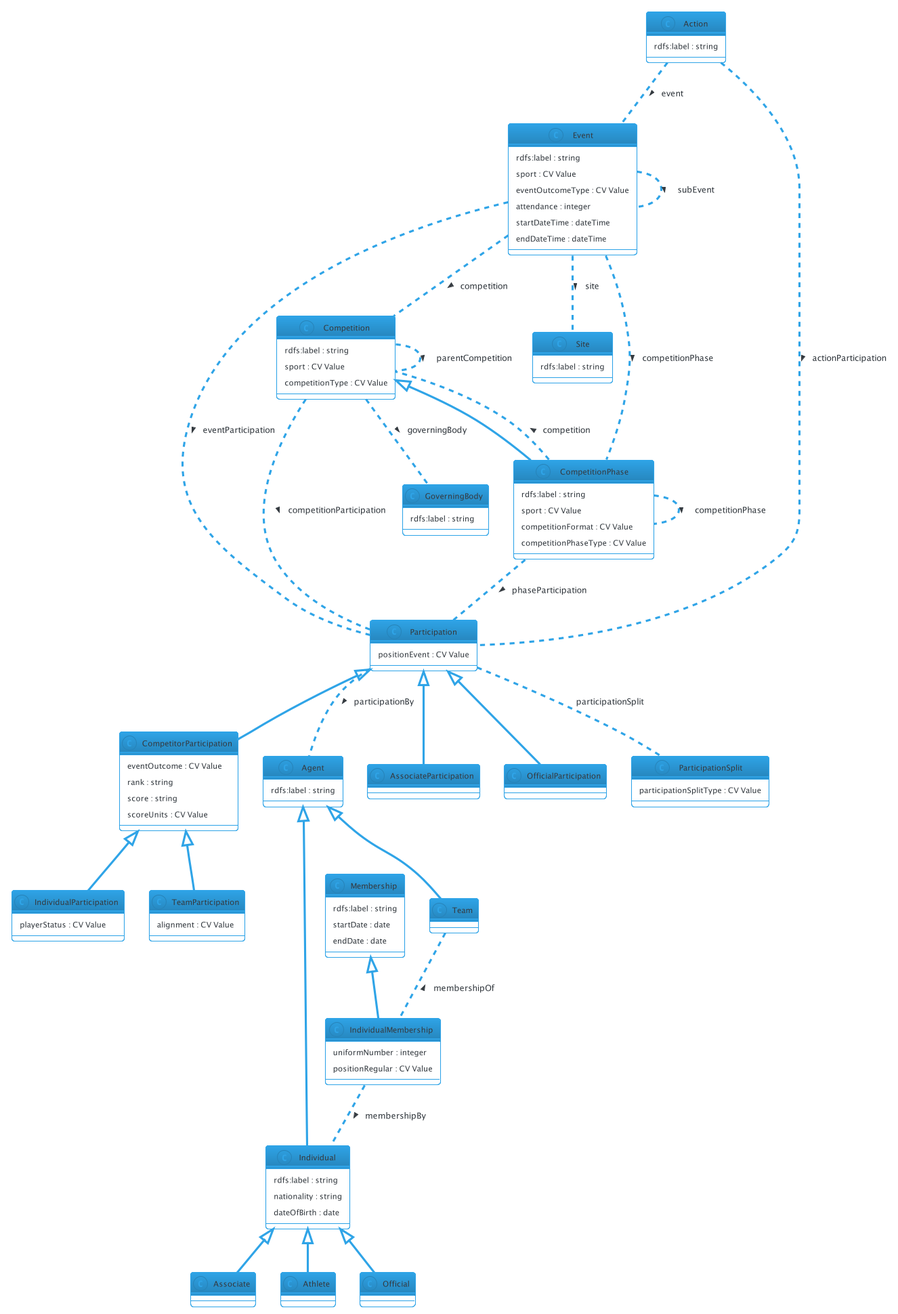
Earlier version of the PlantUML export docs/diagrams/iptc-sport-model.png (iptc/sport-schema).
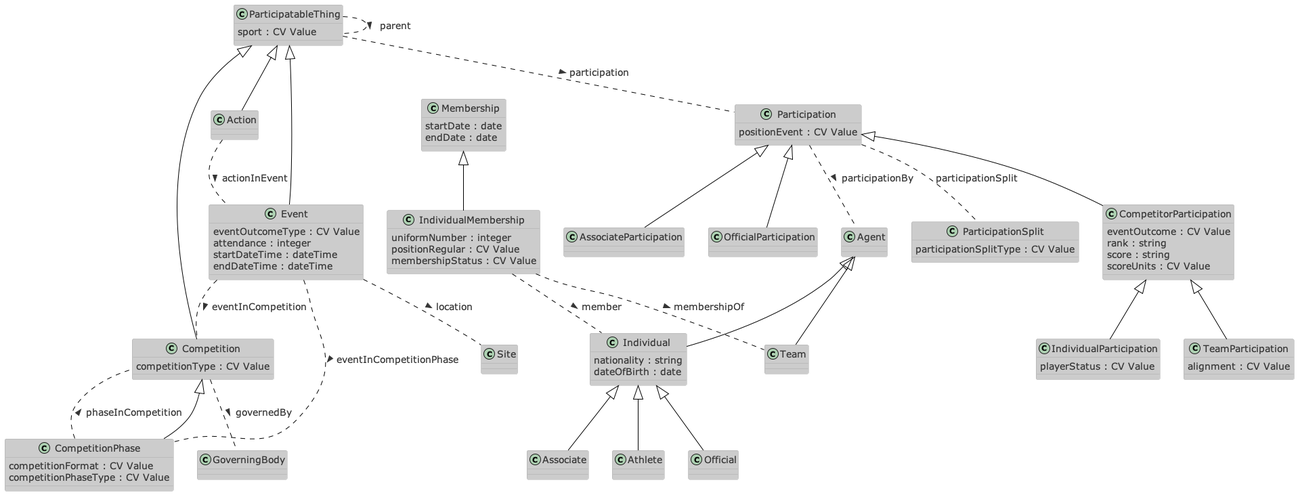
Later version of the same file.

The edit, as a diff of the source:
```diff
@@ -1,25 +1,29 @@
 @startuml
-!theme cerulean-outline
+!theme reddress-lightblue
+skinparam DefaultFontSize 14
 
 
-class Action {
-  rdfs:label : string
+class ParticipatableThing {
+  sport : CV Value
 }
 
-class Agent {
-  rdfs:label : string
-}
-
-class Associate {
-}
-
-class Athlete {
+class Action {
 }
 
 class Competition {
-  rdfs:label : string
-  sport : CV Value
   competitionType : CV Value
+}
+
+class CompetitionPhase {
+  competitionFormat : CV Value
+  competitionPhaseType : CV Value
+}
+
+class Event {
+  eventOutcomeType : CV Value
+  attendance : integer
+  startDateTime : dateTime
+  endDateTime : dateTime
 }
 
 class CompetitorParticipation {
@@ -29,35 +33,31 @@
   scoreUnits : CV Value
 }
 
-class CompetitionPhase {
-  rdfs:label : string
-  sport : CV Value
-  competitionFormat : CV Value
-  competitionPhaseType : CV Value
+class GoverningBody {
 }
 
-class Event {
-  rdfs:label : string
-  sport : CV Value
-  eventOutcomeType : CV Value
-  attendance : integer
-  startDateTime : dateTime
-  endDateTime : dateTime
-}
-
-class GoverningBody {
-  rdfs:label : string
+class Agent {
 }
 
 class Individual {
-  rdfs:label : string
   nationality : string
   dateOfBirth : date
 }
 
-class IndividualMembership {
-  uniformNumber : integer
-  positionRegular : CV Value
+class Associate {
+}
+
+class Athlete {
+}
+
+class Official {
+}
+
+class Team {
+}
+
+class Participation {
+  positionEvent : CV Value
 }
 
 class IndividualParticipation {
@@ -67,38 +67,35 @@
 class AssociateParticipation {
 }
 
-class Membership {
-  rdfs:label : string
-  startDate : date
-  endDate : date
-}
-
-class Official {
-}
-
 class OfficialParticipation {
 }
 
-class Participation {
-  positionEvent : CV Value
+class TeamParticipation {
+  alignment : CV Value
 }
 
 class ParticipationSplit {
   participationSplitType : CV Value
 }
 
-class Site {
-  rdfs:label : string
+class Membership {
+  startDate : date
+  endDate : date
 }
 
-class Team {
+class IndividualMembership {
+  uniformNumber : integer
+  positionRegular : CV Value
+  membershipStatus : CV Value
 }
 
-class TeamParticipation {
-  alignment : CV Value
+class Site {
 }
 
 
+ParticipatableThing <|-- Competition
+ParticipatableThing <|-- Event
+ParticipatableThing <|-- Action
 Competition <|-- CompetitionPhase
 CompetitorParticipation <|-- TeamParticipation
 CompetitorParticipation <|-- IndividualParticipation
@@ -113,21 +110,18 @@
 Individual <|-- Official
 
 
-Action .. Event : > event
-Action .. Participation : > actionParticipation
-Competition .. Competition : > parentCompetition
-Competition .. GoverningBody : > governingBody
-Competition .. Participation : > competitionParticipation
-CompetitionPhase .. Competition : > competition
-CompetitionPhase .. Participation : > phaseParticipation
-CompetitionPhase .. CompetitionPhase : > competitionPhase
-Event .. Competition : > competition
-Event .. CompetitionPhase : > competitionPhase
-Event .. Event : > subEvent
-Event .. Participation : > eventParticipation
-Event .. Site :  > site
-IndividualMembership .. Individual : > membershipBy
+ParticipatableThing .. Participation : > participation
+ParticipatableThing .. ParticipatableThing : > parent
+
+Action .. Event : > actionInEvent
+Event .. Competition : > eventInCompetition
+Event .. CompetitionPhase : > eventInCompetitionPhase
+CompetitionPhase .. Competition : > phaseInCompetition
+
+Competition .. GoverningBody : > governedBy
+Event .. Site :  > location
+IndividualMembership .. Individual : > member
 Participation .. Agent : > participationBy
 Participation .. ParticipationSplit : participationSplit
-Team .. IndividualMembership : < membershipOf
+IndividualMembership .. Team : > membershipOf
 @enduml
```
